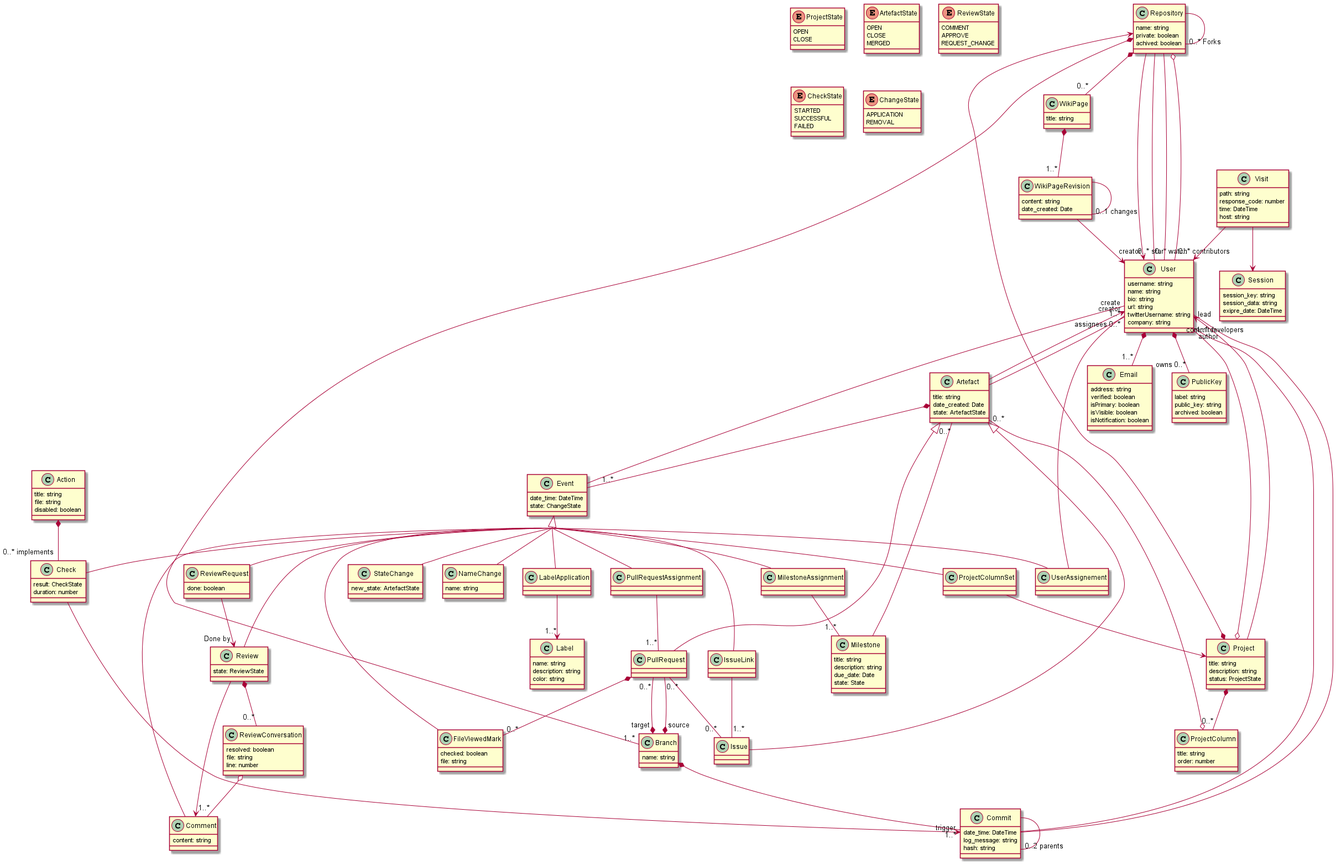
djolewalker/UksHub keeps this PlantUML diagram as docs/UksHub.png. Above is the earlier version.
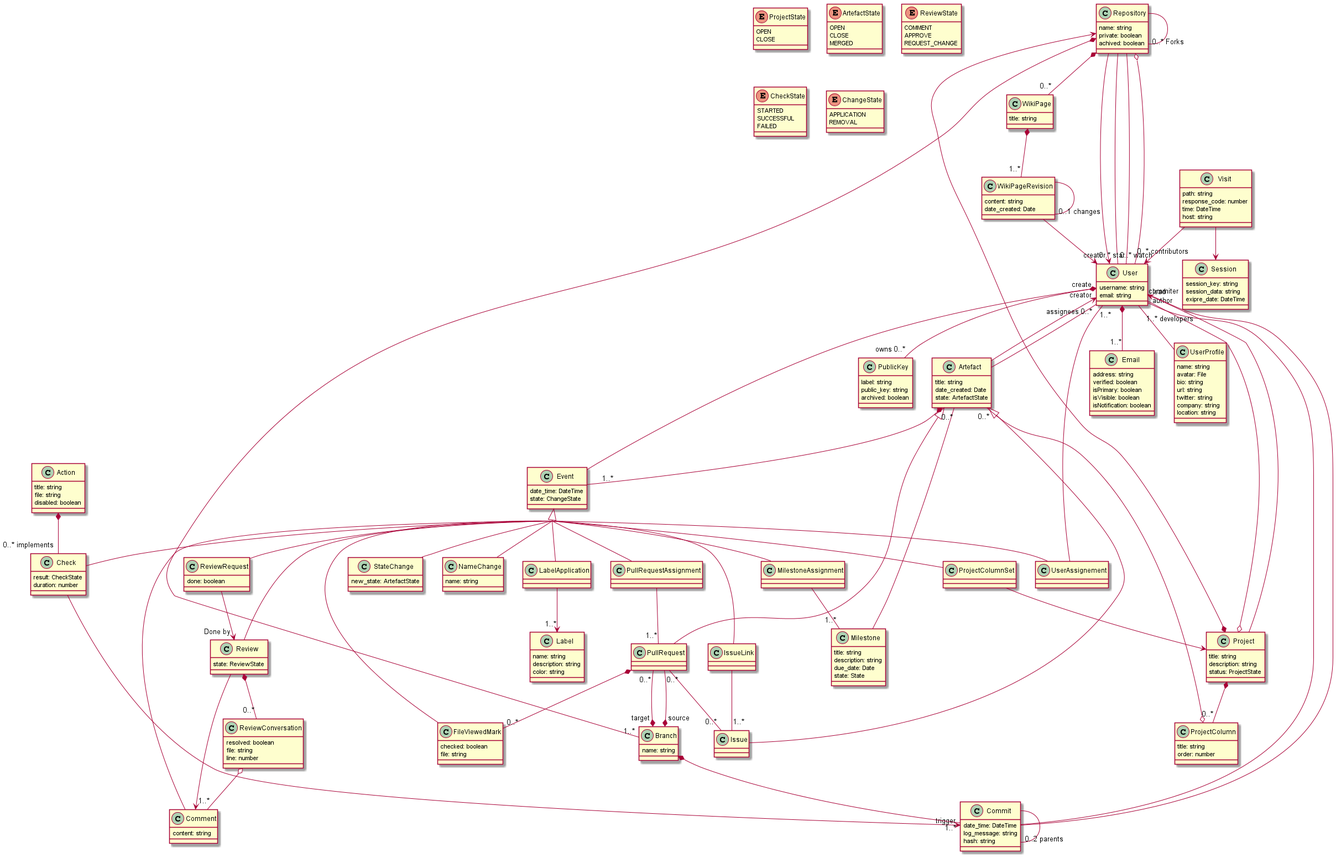
The same file after the commit.

Commit message:
Add user profile

The edit, as a diff of the source:
```diff
@@ -46,11 +46,16 @@
 }
 class User {
     username: string
+    email: string
+}
+class UserProfile {
     name: string
+    avatar: File
     bio: string
     url: string
-    twitterUsername: string
+    twitter: string
     company: string
+    location: string
 }
 class PublicKey {
     label: string
@@ -142,7 +147,7 @@
     host: string
 }
 
-
+User -- UserProfile
 User *-- "1..*" Email
 User "creator" <-- Artefact
 PullRequest -- "0..*" Issue
```
